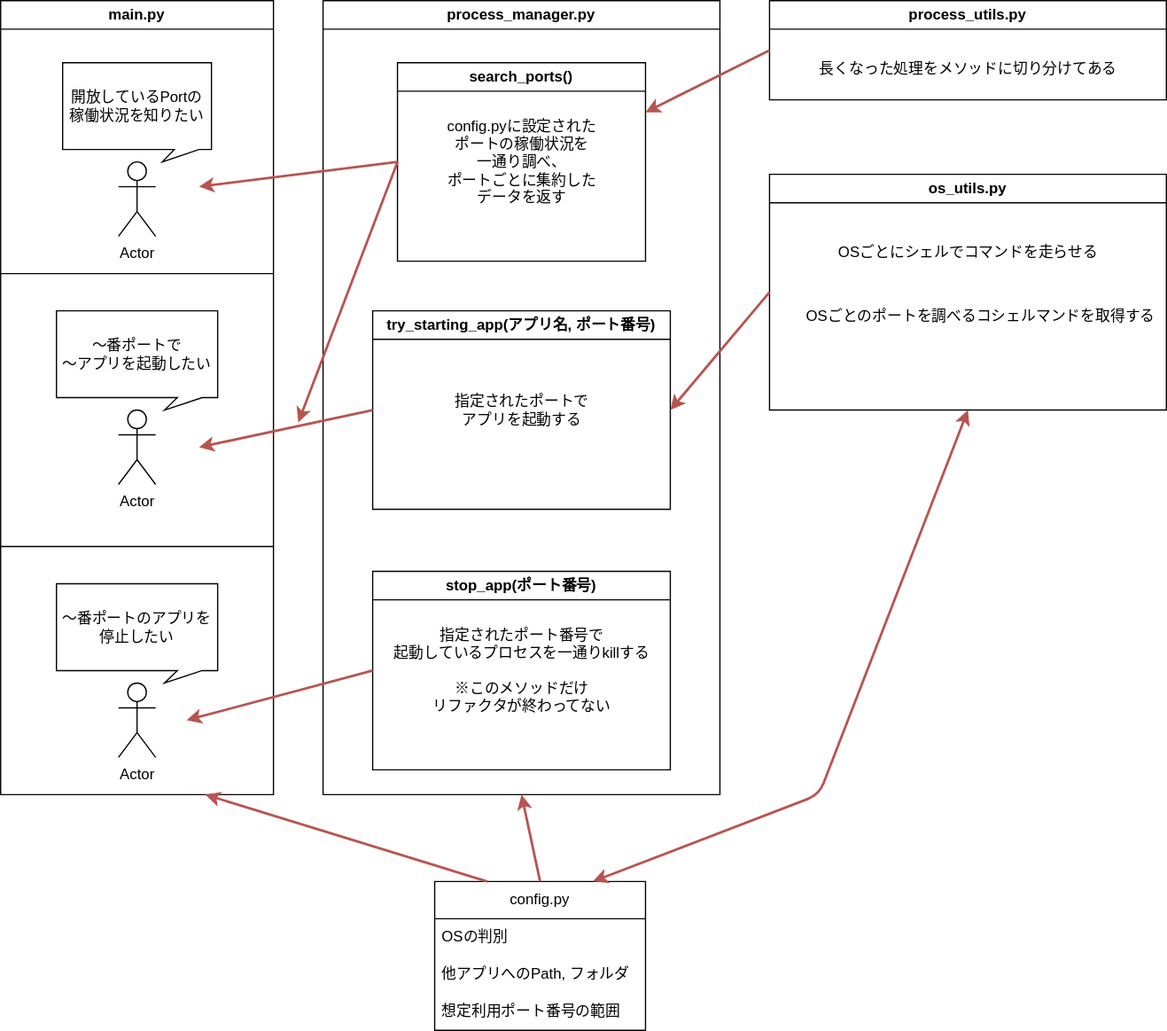
Earlier version of the draw.io export docs/method_dependency.svg (ishizawa2468/AppManagerForStreamlit). Source tidied: cells renumbered, new cells last; positions are measured from the earlier drawing's top-left corner, leaving out a move shared by most shapes.
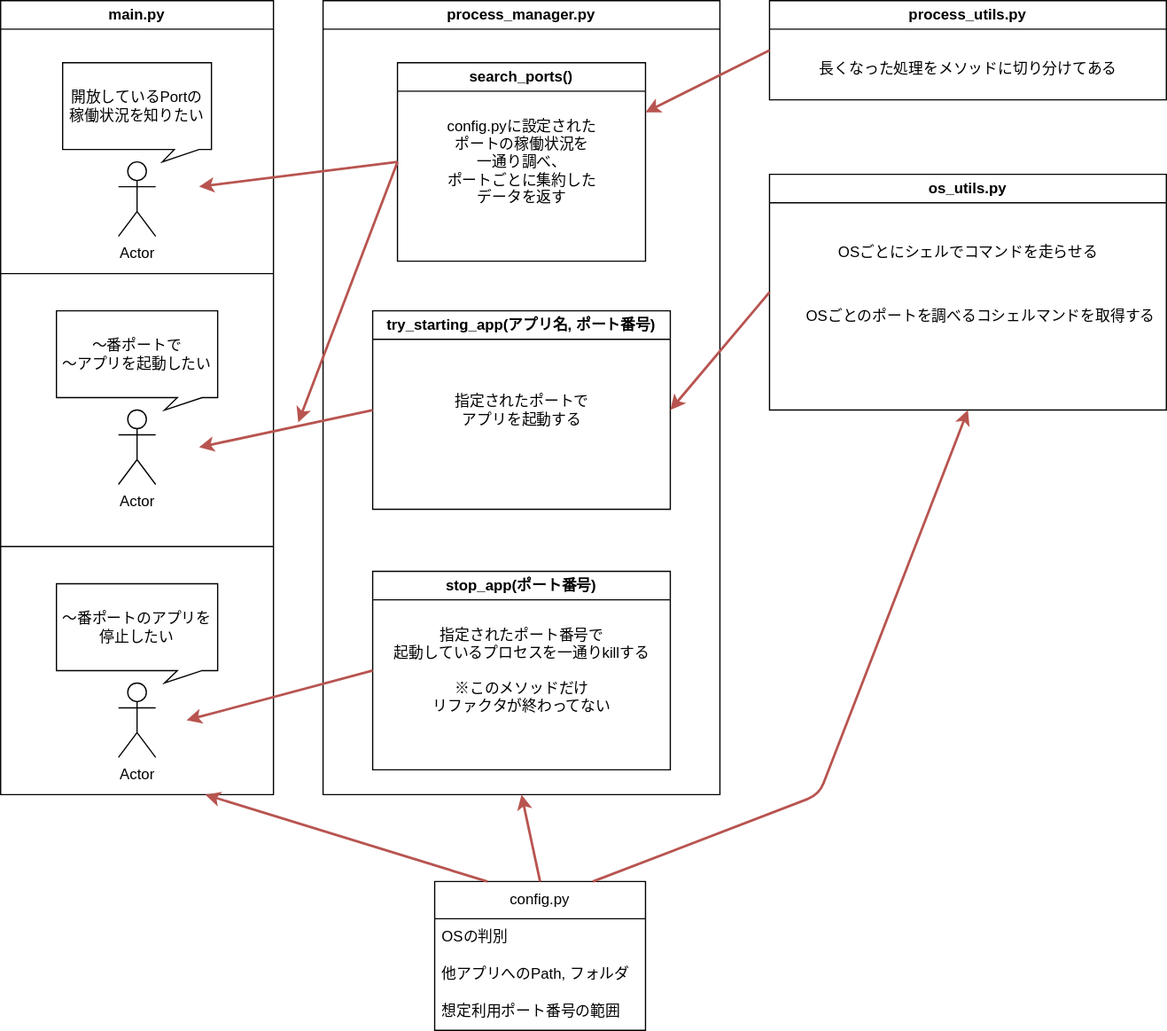
The same file after the commit.

Commit message:
fix: 図の細かな修正

The edit, as a diff of the source:
```diff
@@ -97,7 +97,7 @@
     <mxCell id="30" style="endArrow=classic;html=1;exitX=0.5;exitY=0;exitDx=0;exitDy=0;entryX=0.5;entryY=1;entryDx=0;entryDy=0;fillColor=#f8cecc;strokeColor=#b85450;strokeWidth=2;" parent="1" edge="1" source="19" target="10">
       <mxGeometry relative="1" as="geometry" />
     </mxCell>
-    <mxCell id="31" style="endArrow=classic;startArrow=classic;html=1;exitX=0.75;exitY=0;exitDx=0;exitDy=0;entryX=0.5;entryY=1;entryDx=0;entryDy=0;fillColor=#f8cecc;strokeColor=#b85450;strokeWidth=2;" parent="1" edge="1" source="19" target="17">
+    <mxCell id="31" style="endArrow=classic;startArrow=none;html=1;exitX=0.75;exitY=0;exitDx=0;exitDy=0;entryX=0.5;entryY=1;entryDx=0;entryDy=0;fillColor=#f8cecc;strokeColor=#b85450;strokeWidth=2;startFill=0;" parent="1" edge="1" source="19" target="17">
       <mxGeometry relative="1" as="geometry">
         <Array as="points">
           <mxPoint x="660" y="640" />
```
